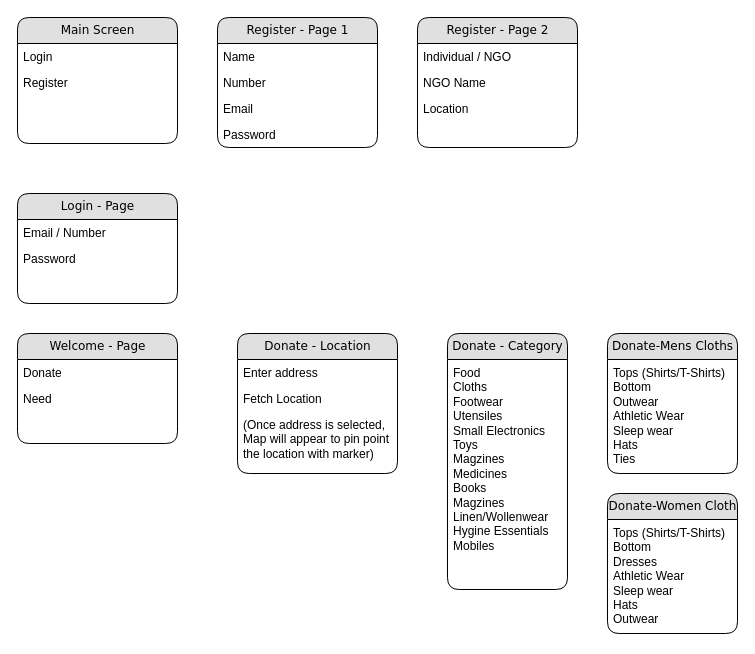
The draw.io diagram flowchart/flowchar1.drawio in snmjack/donate_app, before the edit. Source tidied: cells renumbered, new cells numbered last; positions are measured from the earlier drawing's top-left corner, leaving out a move shared by most shapes. Both pictures are drawn from the tidied source at 100%, with x=0, y=0 at pixel (17, 17).
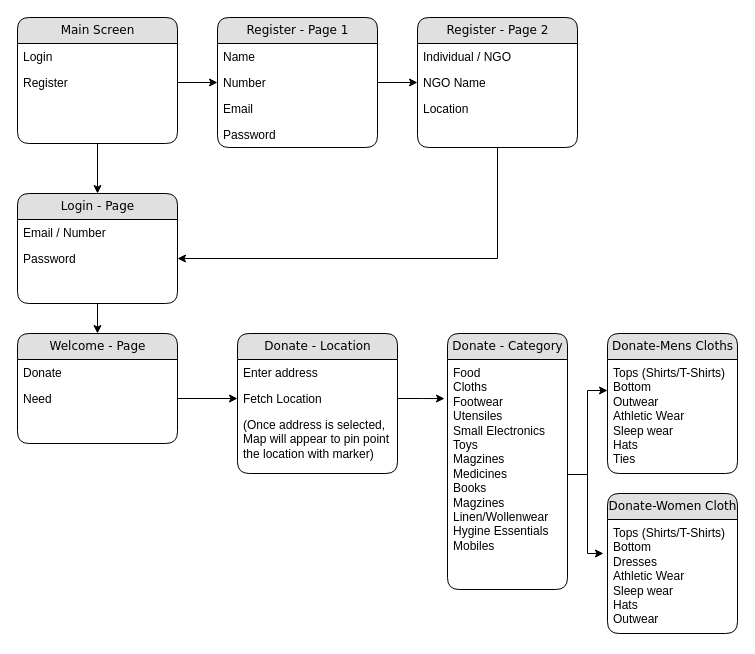
The same page after the edit.

The change refers to these unchanged cells:
```xml
<mxCell id="2" value="Main Screen" style="swimlane;html=1;fontStyle=0;horizontal=1;startSize=26;fillColor=#e0e0e0;swimlaneFillColor=#ffffff;align=center;rounded=1;shadow=0;comic=0;labelBackgroundColor=none;strokeWidth=1;fontFamily=Verdana;fontSize=12;" parent="1" vertex="1">
  <mxGeometry width="160" height="126" as="geometry" />
</mxCell>
<mxCell id="4" value="Register" style="text;html=1;strokeColor=none;fillColor=none;spacingLeft=4;spacingRight=4;whiteSpace=wrap;overflow=hidden;points=[[0,0.5],[1,0.5]];portConstraint=eastwest;" parent="2" vertex="1">
  <mxGeometry y="52" width="160" height="26" as="geometry" />
</mxCell>
<mxCell id="7" value="Number" style="text;html=1;strokeColor=none;fillColor=none;spacingLeft=4;spacingRight=4;whiteSpace=wrap;overflow=hidden;points=[[0,0.5],[1,0.5]];portConstraint=eastwest;" parent="5" vertex="1">
  <mxGeometry y="52" width="160" height="26" as="geometry" />
</mxCell>
<mxCell id="10" value="Login - Page" style="swimlane;html=1;fontStyle=0;horizontal=1;startSize=26;fillColor=#e0e0e0;swimlaneFillColor=#ffffff;align=center;rounded=1;shadow=0;comic=0;labelBackgroundColor=none;strokeWidth=1;fontFamily=Verdana;fontSize=12;" parent="1" vertex="1">
  <mxGeometry y="176" width="160" height="110" as="geometry" />
</mxCell>
<mxCell id="12" value="Password" style="text;html=1;strokeColor=none;fillColor=none;spacingLeft=4;spacingRight=4;whiteSpace=wrap;overflow=hidden;points=[[0,0.5],[1,0.5]];portConstraint=eastwest;" parent="10" vertex="1">
  <mxGeometry y="52" width="160" height="26" as="geometry" />
</mxCell>
<mxCell id="13" value="Welcome - Page" style="swimlane;html=1;fontStyle=0;horizontal=1;startSize=26;fillColor=#e0e0e0;swimlaneFillColor=#ffffff;align=center;rounded=1;shadow=0;comic=0;labelBackgroundColor=none;strokeWidth=1;fontFamily=Verdana;fontSize=12;" parent="1" vertex="1">
  <mxGeometry y="316" width="160" height="110" as="geometry" />
</mxCell>
<mxCell id="15" value="Need" style="text;html=1;strokeColor=none;fillColor=none;spacingLeft=4;spacingRight=4;whiteSpace=wrap;overflow=hidden;points=[[0,0.5],[1,0.5]];portConstraint=eastwest;" parent="13" vertex="1">
  <mxGeometry y="52" width="160" height="26" as="geometry" />
</mxCell>
<mxCell id="16" value="Register - Page 2" style="swimlane;html=1;fontStyle=0;horizontal=1;startSize=26;fillColor=#e0e0e0;swimlaneFillColor=#ffffff;align=center;rounded=1;shadow=0;comic=0;labelBackgroundColor=none;strokeWidth=1;fontFamily=Verdana;fontSize=12;" parent="1" vertex="1">
  <mxGeometry x="400" width="160" height="130" as="geometry" />
</mxCell>
<mxCell id="18" value="NGO Name" style="text;html=1;strokeColor=none;fillColor=none;spacingLeft=4;spacingRight=4;whiteSpace=wrap;overflow=hidden;points=[[0,0.5],[1,0.5]];portConstraint=eastwest;" parent="16" vertex="1">
  <mxGeometry y="52" width="160" height="26" as="geometry" />
</mxCell>
<mxCell id="22" value="Fetch Location" style="text;html=1;strokeColor=none;fillColor=none;spacingLeft=4;spacingRight=4;whiteSpace=wrap;overflow=hidden;points=[[0,0.5],[1,0.5]];portConstraint=eastwest;" parent="20" vertex="1">
  <mxGeometry y="52" width="160" height="26" as="geometry" />
</mxCell>
<mxCell id="25" value="Food&lt;br&gt;Cloths&lt;br&gt;Footwear&lt;br&gt;Utensiles&lt;br&gt;Small Electronics&lt;br&gt;Toys&lt;br&gt;Magzines&lt;br&gt;Medicines&lt;br&gt;Books&lt;br&gt;Magzines&lt;br&gt;Linen/Wollenwear&lt;br&gt;Hygine Essentials&lt;br&gt;Mobiles" style="text;html=1;strokeColor=none;fillColor=none;spacingLeft=4;spacingRight=4;whiteSpace=wrap;overflow=hidden;points=[[0,0.5],[1,0.5]];portConstraint=eastwest;" parent="24" vertex="1">
  <mxGeometry y="26" width="120" height="230" as="geometry" />
</mxCell>
<mxCell id="27" value="Tops (Shirts/T-Shirts)&lt;br&gt;Bottom&lt;br&gt;Outwear&lt;br&gt;Athletic Wear&lt;br&gt;Sleep wear&lt;br&gt;Hats&lt;br&gt;Ties&lt;br&gt;" style="text;html=1;strokeColor=none;fillColor=none;spacingLeft=4;spacingRight=4;whiteSpace=wrap;overflow=hidden;points=[[0,0.5],[1,0.5]];portConstraint=eastwest;" parent="26" vertex="1">
  <mxGeometry y="26" width="130" height="114" as="geometry" />
</mxCell>
<mxCell id="29" value="Tops (Shirts/T-Shirts)&lt;br&gt;Bottom&lt;br&gt;Dresses&lt;br&gt;Athletic Wear&lt;br&gt;Sleep wear&lt;br&gt;Hats&lt;br&gt;Outwear" style="text;html=1;strokeColor=none;fillColor=none;spacingLeft=4;spacingRight=4;whiteSpace=wrap;overflow=hidden;points=[[0,0.5],[1,0.5]];portConstraint=eastwest;" parent="28" vertex="1">
  <mxGeometry y="26" width="130" height="114" as="geometry" />
</mxCell>
```

Change to the diagram source:
```diff
@@
+    <mxCell id="30" style="edgeStyle=orthogonalEdgeStyle;rounded=0;jettySize=auto;html=1;exitX=0.5;exitY=1;exitDx=0;exitDy=0;entryX=0.5;entryY=0;entryDx=0;entryDy=0;" parent="1" edge="1" source="2" target="10">
+      <mxGeometry relative="1" as="geometry" />
+    </mxCell>
@@
+    <mxCell id="31" style="edgeStyle=orthogonalEdgeStyle;rounded=0;jettySize=auto;html=1;exitX=0.5;exitY=1;exitDx=0;exitDy=0;entryX=0.5;entryY=0;entryDx=0;entryDy=0;" parent="1" edge="1" source="10" target="13">
+      <mxGeometry relative="1" as="geometry" />
+    </mxCell>
@@
+    <mxCell id="32" style="edgeStyle=orthogonalEdgeStyle;rounded=0;jettySize=auto;html=1;exitX=0.5;exitY=1;exitDx=0;exitDy=0;entryX=1;entryY=0.5;entryDx=0;entryDy=0;" parent="1" edge="1" source="16" target="12">
+      <mxGeometry relative="1" as="geometry">
+        <Array as="points">
+          <mxPoint x="480" y="241" />
+        </Array>
+      </mxGeometry>
+    </mxCell>
@@
+    <mxCell id="33" style="edgeStyle=orthogonalEdgeStyle;rounded=0;jettySize=auto;html=1;exitX=1;exitY=0.5;exitDx=0;exitDy=0;entryX=0;entryY=0.5;entryDx=0;entryDy=0;" parent="1" edge="1" source="4" target="7">
+      <mxGeometry relative="1" as="geometry" />
+    </mxCell>
+    <mxCell id="34" style="edgeStyle=orthogonalEdgeStyle;rounded=0;jettySize=auto;html=1;exitX=1;exitY=0.5;exitDx=0;exitDy=0;entryX=0;entryY=0.5;entryDx=0;entryDy=0;" parent="1" edge="1" source="7" target="18">
+      <mxGeometry relative="1" as="geometry" />
+    </mxCell>
+    <mxCell id="35" style="edgeStyle=orthogonalEdgeStyle;rounded=0;jettySize=auto;html=1;exitX=1;exitY=0.5;exitDx=0;exitDy=0;entryX=0;entryY=0.5;entryDx=0;entryDy=0;" parent="1" edge="1" source="15" target="22">
+      <mxGeometry relative="1" as="geometry" />
+    </mxCell>
+    <mxCell id="36" style="edgeStyle=orthogonalEdgeStyle;rounded=0;jettySize=auto;html=1;exitX=1;exitY=0.5;exitDx=0;exitDy=0;entryX=-0.025;entryY=0.17;entryDx=0;entryDy=0;entryPerimeter=0;" parent="1" edge="1" source="22" target="25">
+      <mxGeometry relative="1" as="geometry" />
+    </mxCell>
+    <mxCell id="37" style="edgeStyle=orthogonalEdgeStyle;rounded=0;jettySize=auto;html=1;entryX=0;entryY=0.272;entryDx=0;entryDy=0;entryPerimeter=0;" parent="1" edge="1" source="25" target="27">
+      <mxGeometry relative="1" as="geometry" />
+    </mxCell>
+    <mxCell id="38" style="edgeStyle=orthogonalEdgeStyle;rounded=0;jettySize=auto;html=1;entryX=-0.031;entryY=0.298;entryDx=0;entryDy=0;entryPerimeter=0;" parent="1" edge="1" source="25" target="29">
+      <mxGeometry relative="1" as="geometry" />
+    </mxCell>
```
